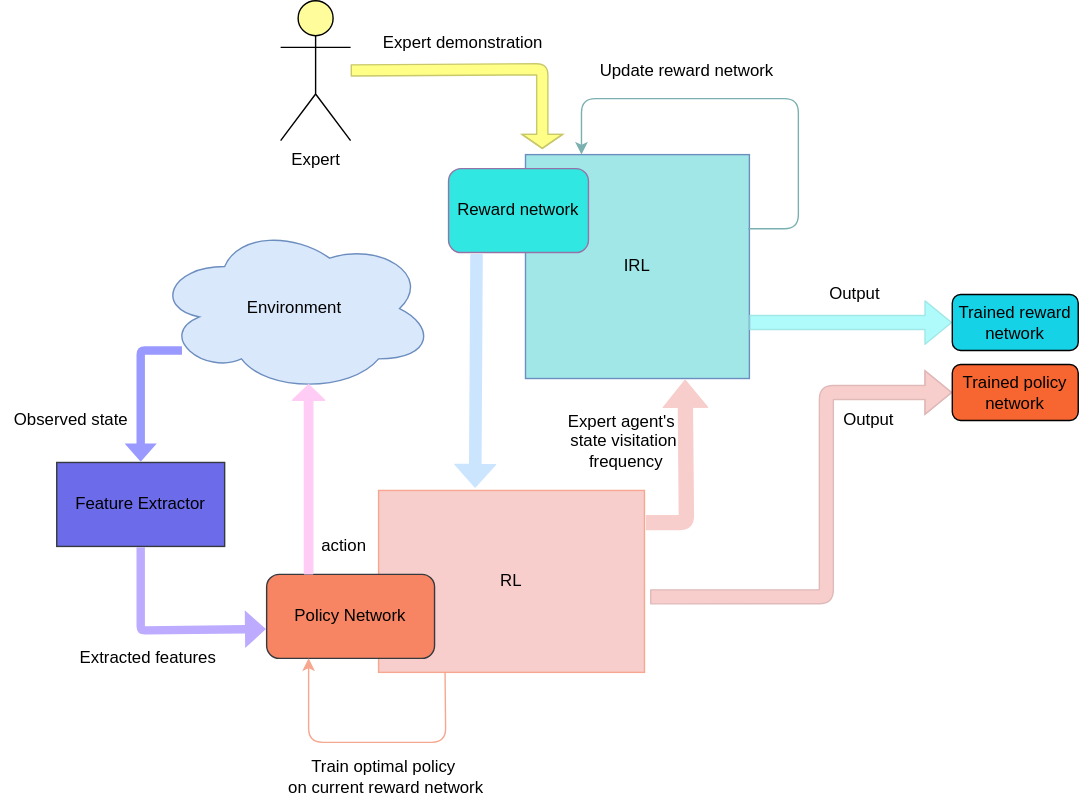
Before: LaTeX-Thesis-Template/figures/irl_pipeline.svg, a diagram exported from draw.io (ranok92/my_masters_thesis). Source tidied: cells renumbered, new cells last; positions are measured from the earlier drawing's top-left corner, leaving out a move shared by most shapes.
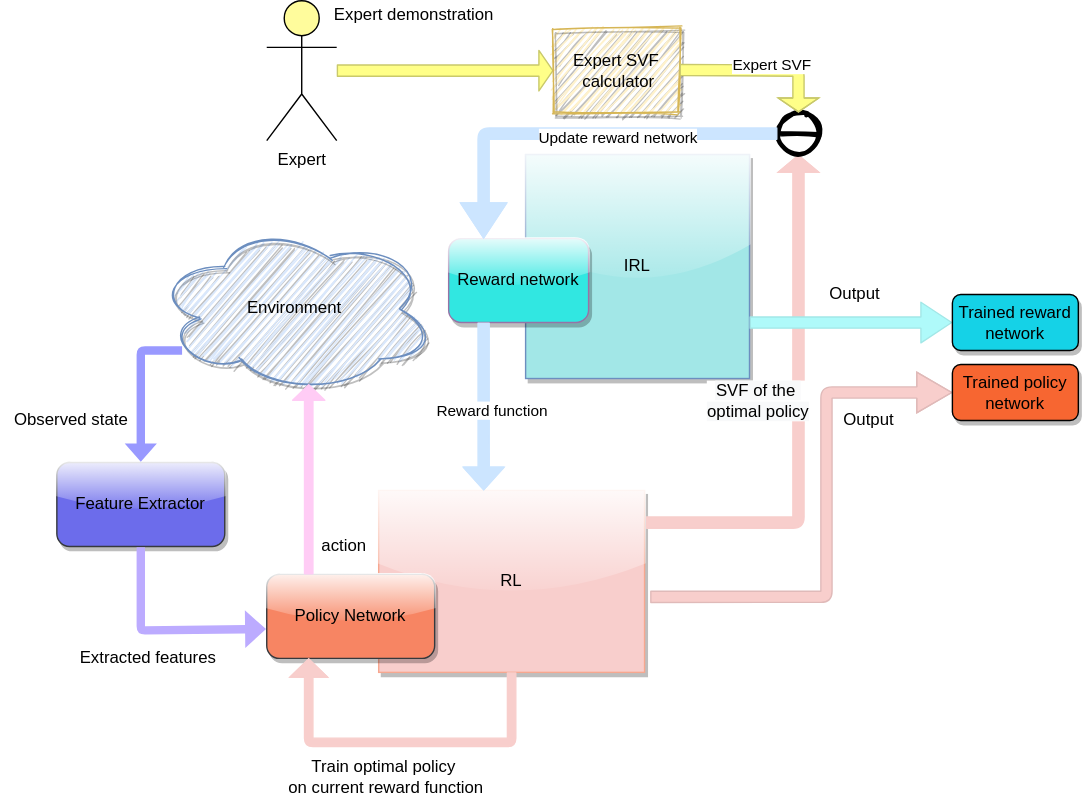
The same diagram one commit later.

Commit message:
Added following new figures: SAM_local_bins, Risk_features_spatial_bins. Updated the following figure: IRL_pipeline

Change to the diagram source:
```diff
@@ -2,10 +2,10 @@
   <root>
     <mxCell id="0" />
     <mxCell id="1" parent="0" />
-    <mxCell id="2" value="Environment" style="ellipse;shape=cloud;whiteSpace=wrap;html=1;fillColor=#dae8fc;strokeColor=#6c8ebf;" parent="1" vertex="1">
+    <mxCell id="2" value="Environment" style="ellipse;shape=cloud;whiteSpace=wrap;html=1;fillColor=#dae8fc;strokeColor=#6c8ebf;sketch=1;shadow=1;" parent="1" vertex="1">
       <mxGeometry x="110" y="160" width="200" height="120" as="geometry" />
     </mxCell>
-    <mxCell id="3" value="Feature Extractor&lt;br&gt;" style="rounded=0;whiteSpace=wrap;html=1;strokeColor=#36393d;fillColor=#6C6CEB;" parent="1" vertex="1">
+    <mxCell id="3" value="Feature Extractor&lt;br&gt;" style="rounded=1;whiteSpace=wrap;html=1;strokeColor=#36393d;fillColor=#6C6CEB;glass=1;shadow=1;" parent="1" vertex="1">
       <mxGeometry x="40" y="330" width="120" height="60" as="geometry" />
     </mxCell>
     <mxCell id="4" style="shape=flexArrow;endArrow=classic;html=1;entryX=0.5;entryY=0;entryDx=0;entryDy=0;endWidth=16;endSize=4;width=6;strokeColor=none;fillColor=#9999FF;" parent="1" edge="1" target="3">
@@ -23,60 +23,50 @@
         </Array>
       </mxGeometry>
     </mxCell>
-    <mxCell id="6" style="group;" parent="1" vertex="1">
-      <mxGeometry x="320" y="110" width="215" height="160" as="geometry" />
+    <mxCell id="6" style="group;glass=1;shadow=1;sketch=0;" parent="1" vertex="1">
+      <mxGeometry x="320" y="100" width="215" height="160" as="geometry" />
     </mxCell>
-    <mxCell id="7" value="IRL" style="whiteSpace=wrap;html=1;strokeColor=#6c8ebf;fillColor=#A2E7E7;" parent="6" vertex="1">
-      <mxGeometry x="55" width="160" height="160" as="geometry" />
+    <mxCell id="7" value="IRL" style="whiteSpace=wrap;html=1;strokeColor=#6c8ebf;fillColor=#A2E7E7;glass=1;shadow=1;" parent="6" vertex="1">
+      <mxGeometry x="55" y="10" width="160" height="160" as="geometry" />
     </mxCell>
-    <mxCell id="8" value="Reward network" style="rounded=1;whiteSpace=wrap;html=1;strokeColor=#9673a6;fillColor=#31E7E1;" parent="6" vertex="1">
-      <mxGeometry y="10" width="100" height="60" as="geometry" />
+    <mxCell id="8" value="Reward network" style="rounded=1;whiteSpace=wrap;html=1;strokeColor=#9673a6;fillColor=#31E7E1;glass=1;shadow=1;" parent="6" vertex="1">
+      <mxGeometry y="70" width="100" height="60" as="geometry" />
     </mxCell>
-    <mxCell id="9" style="endArrow=classic;html=1;exitX=0.994;exitY=0.331;exitDx=0;exitDy=0;exitPerimeter=0;entryX=0.25;entryY=0;entryDx=0;entryDy=0;strokeColor=#7BB0B0;" parent="6" edge="1" source="7" target="7">
-      <mxGeometry relative="1" as="geometry">
-        <Array as="points">
-          <mxPoint x="250" y="53" />
-          <mxPoint x="250" y="-40" />
-          <mxPoint x="95" y="-40" />
-        </Array>
-      </mxGeometry>
-    </mxCell>
-    <mxCell id="10" value="Train optimal policy&amp;nbsp;&lt;br&gt;on current reward network" style="text;html=1;align=center;verticalAlign=middle;" parent="1" vertex="1">
+    <mxCell id="10" value="Train optimal policy&amp;nbsp;&lt;br&gt;on current reward function" style="text;html=1;align=center;verticalAlign=middle;" parent="1" vertex="1">
       <mxGeometry x="200" y="540" width="150" height="30" as="geometry" />
     </mxCell>
-    <mxCell id="11" value="RL" style="rounded=0;whiteSpace=wrap;html=1;fillColor=#f8cecc;strokeColor=#F7A78F;" parent="1" vertex="1">
+    <mxCell id="11" value="RL" style="rounded=0;whiteSpace=wrap;html=1;fillColor=#f8cecc;strokeColor=#F7A78F;glass=1;shadow=1;sketch=0;" parent="1" vertex="1">
       <mxGeometry x="270" y="350" width="190" height="130" as="geometry" />
     </mxCell>
-    <mxCell id="12" value="Policy Network" style="rounded=1;whiteSpace=wrap;html=1;strokeColor=#36393d;fillColor=#F78563;" parent="1" vertex="1">
+    <mxCell id="12" value="Policy Network" style="rounded=1;whiteSpace=wrap;html=1;strokeColor=#36393d;fillColor=#F78563;sketch=0;glass=1;shadow=1;" parent="1" vertex="1">
       <mxGeometry x="190" y="410" width="120" height="60" as="geometry" />
     </mxCell>
-    <mxCell id="13" style="endArrow=classic;html=1;exitX=0.25;exitY=1;exitDx=0;exitDy=0;entryX=0.25;entryY=1;entryDx=0;entryDy=0;strokeColor=#F7A78F;" parent="1" edge="1" source="11" target="12">
-      <mxGeometry relative="1" as="geometry">
-        <Array as="points">
-          <mxPoint x="318" y="530" />
-          <mxPoint x="220" y="530" />
-        </Array>
-      </mxGeometry>
-    </mxCell>
-    <mxCell id="14" style="shape=flexArrow;endArrow=classic;html=1;width=8;endSize=5.02;fillColor=#cce5ff;strokeColor=#CCE5FF;" parent="1" edge="1">
+    <mxCell id="14" style="shape=flexArrow;endArrow=classic;html=1;width=8;endSize=5.02;fillColor=#cce5ff;strokeColor=#CCE5FF;exitX=0.25;exitY=1;exitDx=0;exitDy=0;entryX=0.395;entryY=0;entryDx=0;entryDy=0;entryPerimeter=0;" parent="1" edge="1" source="8" target="11">
       <mxGeometry relative="1" as="geometry">
-        <mxPoint x="340" y="181" as="sourcePoint" />
-        <mxPoint x="339" y="348" as="targetPoint" />
+        <Array as="points">
+          <mxPoint x="345" y="260" />
+        </Array>
       </mxGeometry>
     </mxCell>
+    <mxCell id="31" value="Reward function" style="edgeLabel;html=1;align=center;verticalAlign=middle;" parent="14" vertex="1">
+      <mxGeometry x="0.38" y="-3" relative="1" as="geometry">
+        <mxPoint x="8" y="-21" as="offset" />
+      </mxGeometry>
+    </mxCell>
-    <mxCell id="15" style="shape=flexArrow;endArrow=classic;html=1;exitX=1.005;exitY=0.177;exitDx=0;exitDy=0;exitPerimeter=0;entryX=0.713;entryY=1.006;entryDx=0;entryDy=0;entryPerimeter=0;fillColor=#F8CECC;strokeColor=#F8CECC;" parent="1" edge="1" source="11" target="7">
+    <mxCell id="15" style="shape=flexArrow;endArrow=classic;html=1;exitX=1.005;exitY=0.177;exitDx=0;exitDy=0;exitPerimeter=0;fillColor=#F8CECC;strokeColor=#F8CECC;width=8;endSize=3.69;entryX=0.5;entryY=1;entryDx=0;entryDy=0;shadow=0;sketch=0;" parent="1" edge="1" source="11" target="34">
       <mxGeometry relative="1" as="geometry">
         <Array as="points">
-          <mxPoint x="490" y="373" />
+          <mxPoint x="570" y="373" />
+          <mxPoint x="570" y="260" />
+          <mxPoint x="570" y="170" />
         </Array>
       </mxGeometry>
     </mxCell>
-    <mxCell id="16" value="Expert agent's&amp;nbsp;&lt;br&gt;state visitation&lt;br&gt;&amp;nbsp;frequency" style="text;html=1;align=center;verticalAlign=middle;" parent="1" vertex="1">
-      <mxGeometry x="395" y="290" width="100" height="50" as="geometry" />
-    </mxCell>
-    <mxCell id="17" value="Update reward network" style="text;html=1;align=center;verticalAlign=middle;" parent="1" vertex="1">
-      <mxGeometry x="420" y="40" width="140" height="20" as="geometry" />
-    </mxCell>
+    <mxCell id="32" value="&lt;span style=&quot;font-size: 12px ; background-color: rgb(248 , 249 , 250)&quot;&gt;SVF of&amp;nbsp;the&amp;nbsp;&lt;/span&gt;&lt;br style=&quot;font-size: 12px ; background-color: rgb(248 , 249 , 250)&quot;&gt;&lt;span style=&quot;font-size: 12px ; background-color: rgb(248 , 249 , 250)&quot;&gt;optimal policy&lt;/span&gt;" style="edgeLabel;html=1;align=center;verticalAlign=middle;" parent="15" vertex="1">
+      <mxGeometry x="0.04" y="3" relative="1" as="geometry">
+        <mxPoint x="-27" y="-4" as="offset" />
+      </mxGeometry>
+    </mxCell>
     <mxCell id="18" value="Observed state" style="text;html=1;align=center;verticalAlign=middle;" parent="1" vertex="1">
       <mxGeometry y="290" width="100" height="20" as="geometry" />
     </mxCell>
@@ -89,10 +79,10 @@
     <mxCell id="21" style="shape=flexArrow;endArrow=classic;html=1;exitX=0.25;exitY=0;exitDx=0;exitDy=0;entryX=0.55;entryY=0.95;entryDx=0;entryDy=0;entryPerimeter=0;endWidth=16;endSize=3.33;width=6;strokeColor=#FFCCF5;fillColor=#FFCCF5;" parent="1" edge="1" source="12" target="2">
       <mxGeometry relative="1" as="geometry" />
     </mxCell>
-    <mxCell id="22" style="shape=flexArrow;endArrow=classic;html=1;exitX=1;exitY=0.75;exitDx=0;exitDy=0;entryX=0;entryY=0.5;entryDx=0;entryDy=0;fillColor=#AFFAFA;strokeColor=#A2E7E7;" parent="1" edge="1" source="7" target="25">
+    <mxCell id="22" style="shape=flexArrow;endArrow=classic;html=1;exitX=1;exitY=0.75;exitDx=0;exitDy=0;entryX=0;entryY=0.5;entryDx=0;entryDy=0;fillColor=#AFFAFA;strokeColor=#A2E7E7;width=8;endSize=7;" parent="1" edge="1" source="7" target="25">
       <mxGeometry relative="1" as="geometry" />
     </mxCell>
-    <mxCell id="23" style="shape=flexArrow;endArrow=classic;html=1;exitX=1.021;exitY=0.585;exitDx=0;exitDy=0;exitPerimeter=0;entryX=0;entryY=0.5;entryDx=0;entryDy=0;fillColor=#F8CECC;strokeColor=#E0BAB9;" parent="1" edge="1" source="11" target="24">
+    <mxCell id="23" style="shape=flexArrow;endArrow=classic;html=1;exitX=1.021;exitY=0.585;exitDx=0;exitDy=0;exitPerimeter=0;entryX=0;entryY=0.5;entryDx=0;entryDy=0;fillColor=#F8CECC;strokeColor=#E0BAB9;width=8;endSize=8;" parent="1" edge="1" source="11" target="24">
       <mxGeometry relative="1" as="geometry">
         <Array as="points">
           <mxPoint x="590" y="426" />
@@ -100,24 +90,20 @@
         </Array>
       </mxGeometry>
     </mxCell>
-    <mxCell id="24" value="Trained policy network" style="rounded=1;whiteSpace=wrap;html=1;fillColor=#F76631;" parent="1" vertex="1">
+    <mxCell id="24" value="Trained policy network" style="rounded=1;whiteSpace=wrap;html=1;fillColor=#F76631;shadow=1;" parent="1" vertex="1">
       <mxGeometry x="680" y="260" width="90" height="40" as="geometry" />
     </mxCell>
-    <mxCell id="25" value="Trained reward network" style="rounded=1;whiteSpace=wrap;html=1;fillColor=#15D2E7;" parent="1" vertex="1">
+    <mxCell id="25" value="Trained reward network" style="rounded=1;whiteSpace=wrap;html=1;fillColor=#15D2E7;shadow=1;" parent="1" vertex="1">
       <mxGeometry x="680" y="210" width="90" height="40" as="geometry" />
     </mxCell>
     <mxCell id="26" value="Expert" style="shape=umlActor;verticalLabelPosition=bottom;verticalAlign=top;html=1;outlineConnect=0;fillColor=#FFFC9C;" parent="1" vertex="1">
-      <mxGeometry x="200" width="50" height="100" as="geometry" />
+      <mxGeometry x="190" width="50" height="100" as="geometry" />
     </mxCell>
-    <mxCell id="27" style="shape=flexArrow;endArrow=classic;html=1;entryX=0.075;entryY=-0.025;entryDx=0;entryDy=0;entryPerimeter=0;width=8;endSize=3;fillColor=#ffff88;strokeColor=#C9C96B;" parent="1" edge="1" source="26" target="7">
-      <mxGeometry relative="1" as="geometry">
-        <Array as="points">
-          <mxPoint x="387" y="49" />
-        </Array>
-      </mxGeometry>
+    <mxCell id="27" style="shape=flexArrow;endArrow=classic;html=1;width=8;endSize=3;fillColor=#ffff88;strokeColor=#C9C96B;entryX=0;entryY=0.5;entryDx=0;entryDy=0;" parent="1" edge="1" source="26" target="33">
+      <mxGeometry relative="1" as="geometry" />
     </mxCell>
     <mxCell id="28" value="Expert demonstration" style="text;html=1;align=center;verticalAlign=middle;" parent="1" vertex="1">
-      <mxGeometry x="265" y="20" width="130" height="20" as="geometry" />
+      <mxGeometry x="230" width="130" height="20" as="geometry" />
     </mxCell>
     <mxCell id="29" value="Output" style="text;html=1;align=center;verticalAlign=middle;" parent="1" vertex="1">
       <mxGeometry x="585" y="200" width="50" height="20" as="geometry" />
@@ -125,5 +111,42 @@
     <mxCell id="30" value="Output" style="text;html=1;align=center;verticalAlign=middle;" parent="1" vertex="1">
       <mxGeometry x="595" y="290" width="50" height="20" as="geometry" />
     </mxCell>
+    <mxCell id="33" value="Expert SVF&lt;br&gt;&amp;nbsp;calculator" style="rounded=0;whiteSpace=wrap;html=1;fillColor=#fff2cc;strokeColor=#d6b656;sketch=1;shadow=1;" parent="1" vertex="1">
+      <mxGeometry x="395" y="20" width="90" height="60" as="geometry" />
+    </mxCell>
+    <mxCell id="34" style="shape=lineEllipse;perimeter=ellipsePerimeter;whiteSpace=wrap;html=1;backgroundOutline=1;sketch=1;strokeWidth=3;" parent="1" vertex="1">
+      <mxGeometry x="555" y="80" width="30" height="30" as="geometry" />
+    </mxCell>
+    <mxCell id="35" style="shape=flexArrow;endArrow=classic;html=1;width=8;endSize=3;fillColor=#ffff88;strokeColor=#C9C96B;" parent="1" edge="1" target="34">
+      <mxGeometry relative="1" as="geometry">
+        <mxPoint x="485" y="49.5" as="sourcePoint" />
+        <Array as="points">
+          <mxPoint x="570" y="50" />
+        </Array>
+      </mxGeometry>
+    </mxCell>
+    <mxCell id="36" value="Expert SVF" style="edgeLabel;html=1;align=center;verticalAlign=middle;" parent="35" vertex="1">
+      <mxGeometry x="-0.1" y="4" relative="1" as="geometry">
+        <mxPoint x="13" as="offset" />
+      </mxGeometry>
+    </mxCell>
+    <mxCell id="37" style="shape=flexArrow;endArrow=classic;html=1;strokeColor=#CCE5FF;fillColor=#cce5ff;exitX=0;exitY=0.5;exitDx=0;exitDy=0;entryX=0.25;entryY=0;entryDx=0;entryDy=0;width=8;endSize=8;endWidth=24;" parent="1" edge="1" source="34" target="8">
+      <mxGeometry relative="1" as="geometry">
+        <Array as="points">
+          <mxPoint x="345" y="95" />
+        </Array>
+      </mxGeometry>
+    </mxCell>
+    <mxCell id="17" value="Update reward network" style="edgeLabel;html=1;align=center;verticalAlign=middle;" parent="37" vertex="1">
+      <mxGeometry x="-0.19" y="2" relative="1" as="geometry" />
+    </mxCell>
+    <mxCell id="13" style="shape=flexArrow;endArrow=classic;html=1;shadow=0;fillColor=#f8cecc;entryX=0.25;entryY=1;entryDx=0;entryDy=0;exitX=0.5;exitY=1;exitDx=0;exitDy=0;width=6;endSize=4;strokeColor=#F8CECC;" parent="1" edge="1" source="11" target="12">
+      <mxGeometry relative="1" as="geometry">
+        <Array as="points">
+          <mxPoint x="365" y="530" />
+          <mxPoint x="220" y="530" />
+        </Array>
+      </mxGeometry>
+    </mxCell>
   </root>
 </mxGraphModel>
```
